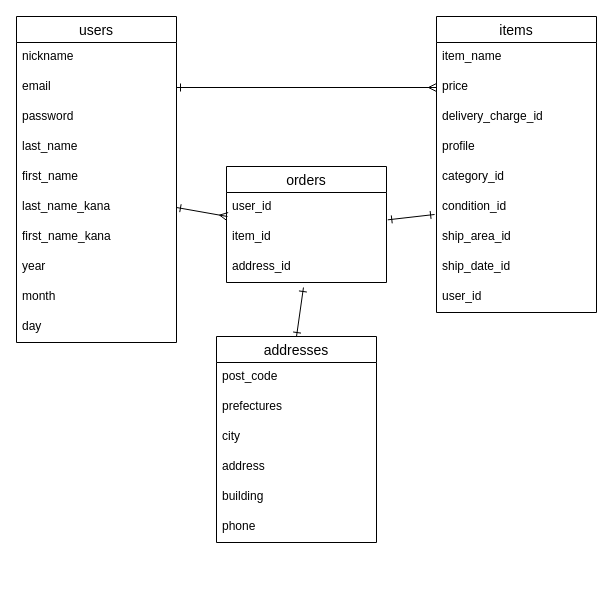
The draw.io diagram furima.dio in moritak40123/furima-39115, before the edit. Source tidied: cells renumbered, new cells numbered last; positions are measured from the earlier drawing's top-left corner, leaving out a move shared by most shapes. Both pictures are drawn from the tidied source at 100%, with x=0, y=0 at pixel (16, 16).
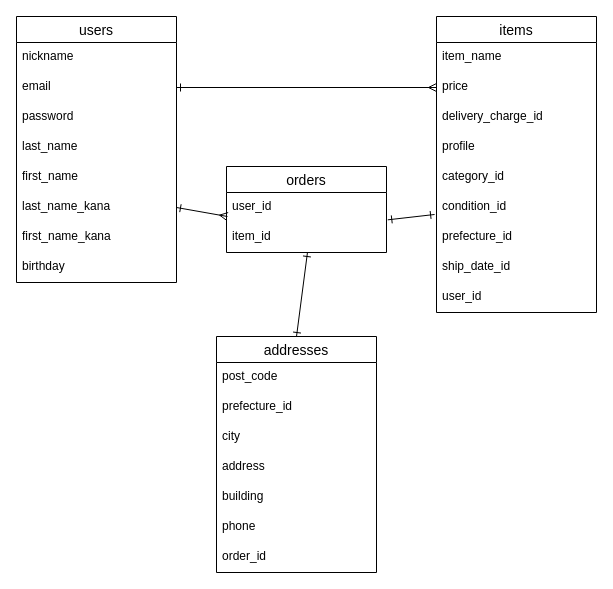
The same page after the edit.

Commit message (it also covers changes not shown here):
データベース設計再修正

The change refers to these unchanged cells:
```xml
<mxCell id="13" value="items" style="swimlane;fontStyle=0;horizontal=1;startSize=26;align=center;fontSize=14;" parent="1" vertex="1">
  <mxGeometry x="420" width="160" height="296" as="geometry" />
</mxCell>
<mxCell id="25" value="item_id" style="text;strokeColor=none;fillColor=none;spacingLeft=4;spacingRight=4;overflow=hidden;points=[[0,0.5],[1,0.5]];portConstraint=eastwest;fontSize=12;" parent="23" vertex="1">
  <mxGeometry y="56" width="160" height="30" as="geometry" />
</mxCell>
```

The edit, as a diff of the source:
```diff
@@
     <mxCell id="2" value="users" style="swimlane;fontStyle=0;horizontal=1;startSize=26;align=center;fontSize=14;" parent="1" vertex="1">
-      <mxGeometry width="160" height="326" as="geometry" />
+      <mxGeometry width="160" height="266" as="geometry" />
     </mxCell>
@@
-    <mxCell id="10" value="year" style="text;strokeColor=none;fillColor=none;spacingLeft=4;spacingRight=4;overflow=hidden;fontSize=12;" parent="2" vertex="1">
+    <mxCell id="10" value="birthday" style="text;strokeColor=none;fillColor=none;spacingLeft=4;spacingRight=4;overflow=hidden;fontSize=12;" parent="2" vertex="1">
       <mxGeometry y="236" width="160" height="30" as="geometry" />
     </mxCell>
-    <mxCell id="11" value="month" style="text;strokeColor=none;fillColor=none;spacingLeft=4;spacingRight=4;overflow=hidden;fontSize=12;" parent="2" vertex="1">
-      <mxGeometry y="266" width="160" height="30" as="geometry" />
-    </mxCell>
-    <mxCell id="12" value="day" style="text;strokeColor=none;fillColor=none;spacingLeft=4;spacingRight=4;overflow=hidden;fontSize=12;" parent="2" vertex="1">
-      <mxGeometry y="296" width="160" height="30" as="geometry" />
-    </mxCell>
@@
-    <mxCell id="20" value="ship_area_id" style="text;strokeColor=none;fillColor=none;spacingLeft=4;spacingRight=4;overflow=hidden;fontSize=12;" parent="13" vertex="1">
+    <mxCell id="20" value="prefecture_id" style="text;strokeColor=none;fillColor=none;spacingLeft=4;spacingRight=4;overflow=hidden;fontSize=12;" parent="13" vertex="1">
       <mxGeometry y="206" width="160" height="30" as="geometry" />
     </mxCell>
@@
     <mxCell id="23" value="orders" style="swimlane;fontStyle=0;horizontal=1;startSize=26;align=center;fontSize=14;" parent="1" vertex="1">
-      <mxGeometry x="210" y="150" width="160" height="116" as="geometry" />
+      <mxGeometry x="210" y="150" width="160" height="86" as="geometry" />
     </mxCell>
@@
-    <mxCell id="26" value="address_id" style="text;strokeColor=none;fillColor=none;spacingLeft=4;spacingRight=4;overflow=hidden;points=[[0,0.5],[1,0.5]];portConstraint=eastwest;fontSize=12;" parent="23" vertex="1">
-      <mxGeometry y="86" width="160" height="30" as="geometry" />
-    </mxCell>
@@
     <mxCell id="29" value="addresses" style="swimlane;fontStyle=0;horizontal=1;startSize=26;align=center;fontSize=14;" parent="1" vertex="1">
-      <mxGeometry x="200" y="320" width="160" height="206" as="geometry" />
+      <mxGeometry x="200" y="320" width="160" height="236" as="geometry" />
     </mxCell>
@@
-    <mxCell id="31" value="prefectures" style="text;strokeColor=none;fillColor=none;spacingLeft=4;spacingRight=4;overflow=hidden;fontSize=12;" parent="29" vertex="1">
+    <mxCell id="31" value="prefecture_id" style="text;strokeColor=none;fillColor=none;spacingLeft=4;spacingRight=4;overflow=hidden;fontSize=12;" parent="29" vertex="1">
       <mxGeometry y="56" width="160" height="30" as="geometry" />
     </mxCell>
@@
+    <mxCell id="38" value="order_id" style="text;strokeColor=none;fillColor=none;spacingLeft=4;spacingRight=4;overflow=hidden;fontSize=12;" parent="29" vertex="1">
+      <mxGeometry y="206" width="160" height="30" as="geometry" />
+    </mxCell>
@@
-    <mxCell id="37" style="edgeStyle=none;html=1;exitX=0.481;exitY=1.167;exitDx=0;exitDy=0;entryX=0.5;entryY=0;entryDx=0;entryDy=0;startArrow=ERone;startFill=0;endArrow=ERone;endFill=0;exitPerimeter=0;" parent="1" edge="1" source="26" target="29">
+    <mxCell id="37" style="edgeStyle=none;html=1;exitX=0.506;exitY=1;exitDx=0;exitDy=0;entryX=0.5;entryY=0;entryDx=0;entryDy=0;startArrow=ERone;startFill=0;endArrow=ERone;endFill=0;exitPerimeter=0;" parent="1" edge="1" source="25" target="29">
       <mxGeometry relative="1" as="geometry" />
     </mxCell>
```
